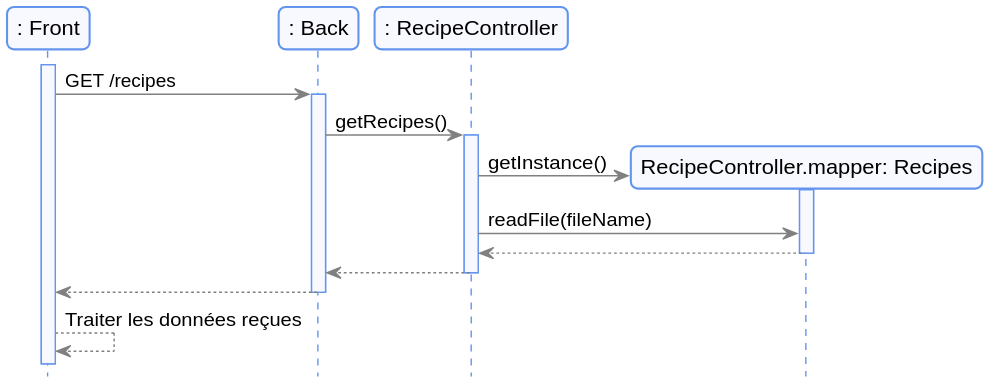
This is docs/diagram/out/recipes.svg from romainvacheret/wadge-backend, a PlantUML export, as it was before one commit.
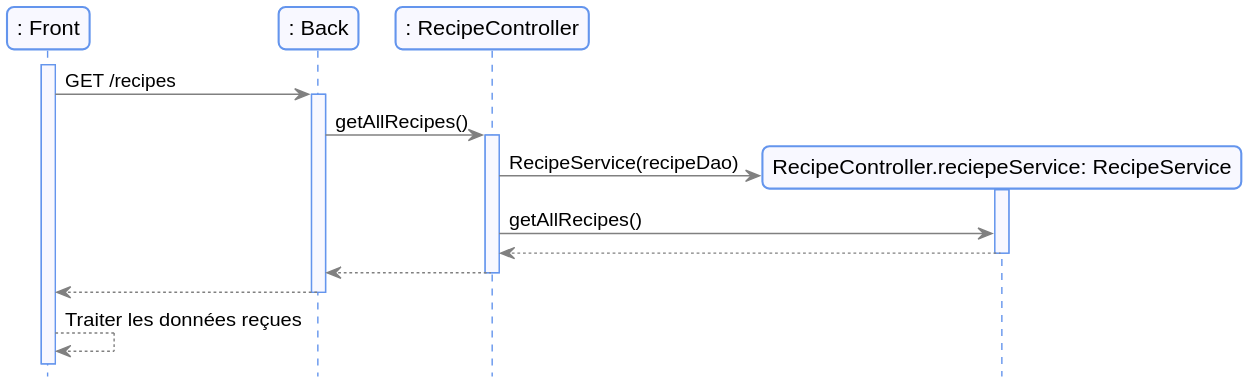
The same file after the commit.

What changed in the source:
```diff
@@ -8,14 +8,14 @@
     activate ft
     ft -> bk : GET /recipes
     activate bk
-    bk -> rc : getRecipes()
+    bk -> rc : getAllRecipes()
     activate rc
-    create "RecipeController.mapper: Recipes" as m
-    rc -> m : getInstance()
-    activate m
-    rc -> m : readFile(fileName)
-    m --> rc
-    deactivate m
+    create "RecipeController.reciepeService: RecipeService" as rs
+    rc -> rs : RecipeService(recipeDao)
+    activate rs
+    rc -> rs : getAllRecipes()
+    rs --> rc
+    deactivate rs
     rc --> bk
     deactivate rc
     bk --> ft
```
